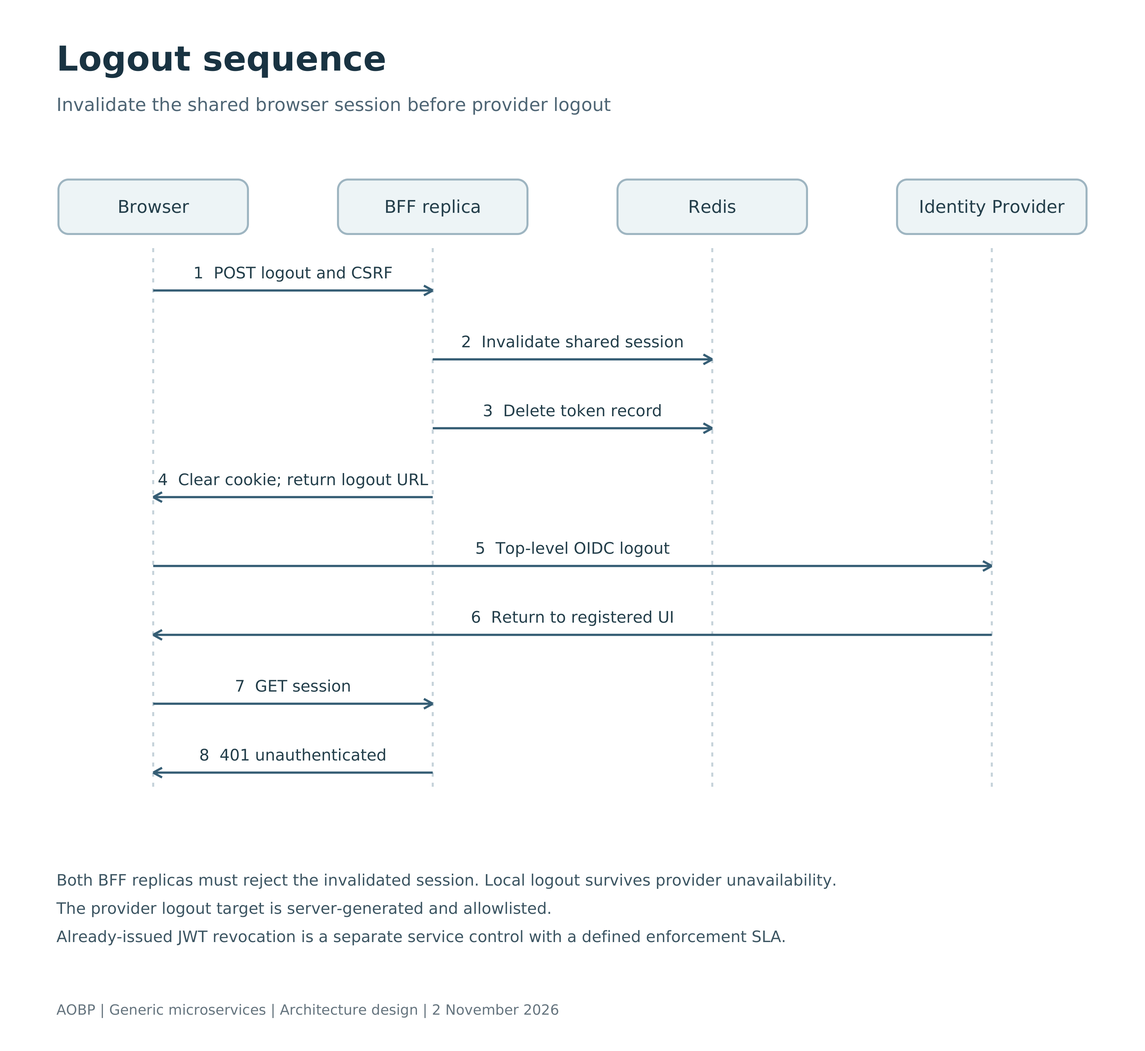
renjithpta/app-dff-login-docs keeps this Mermaid diagram as docs/centralized-sso/images/07_logout_sequence.png. Above is the earlier version. Its source is kept beside it as docs/centralized-sso/diagram-source/07_logout_sequence.mmd.
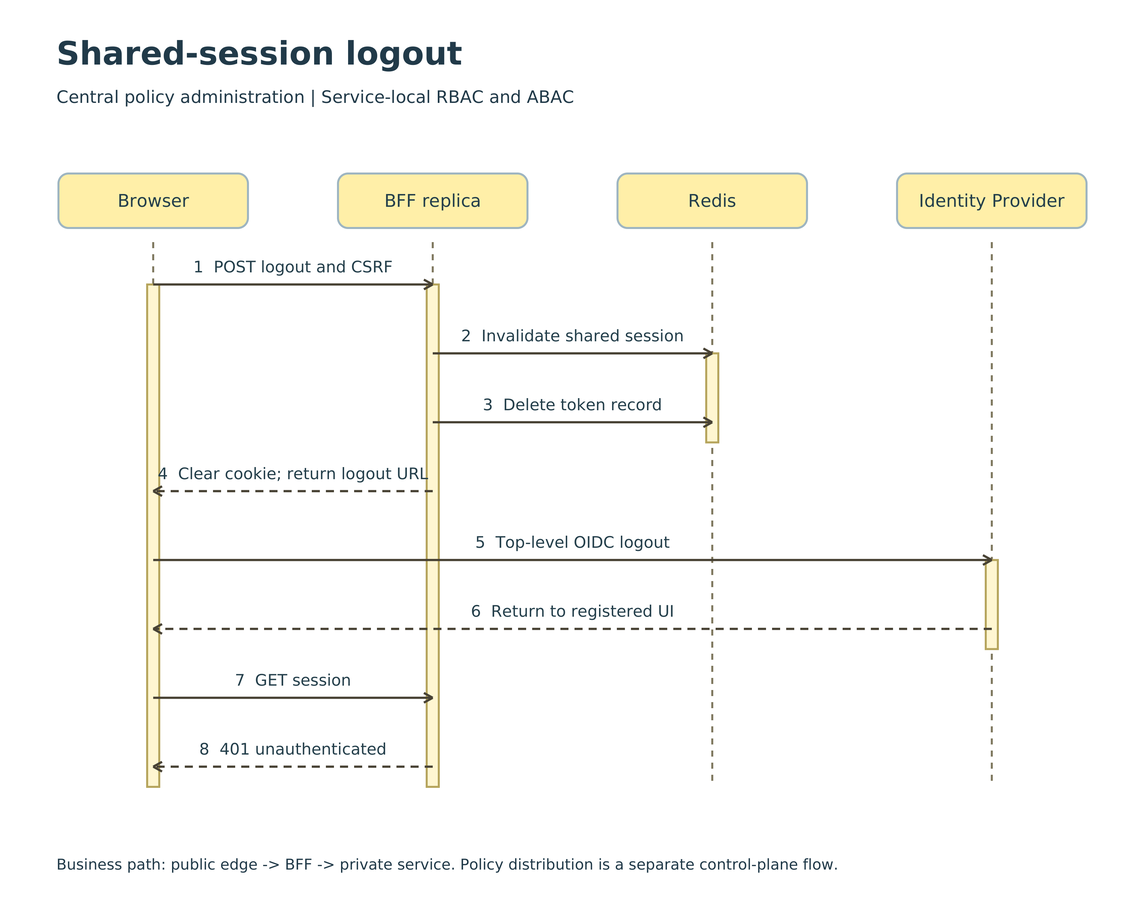
After the change.

The edit, as a diff of the source:
```diff
@@ -7,8 +7,8 @@
     P0->>P1: POST logout and CSRF
     P1->>P2: Invalidate shared session
     P1->>P2: Delete token record
-    P1->>P0: Clear cookie; return logout URL
+    P1-->>P0: Clear cookie; return logout URL
     P0->>P3: Top-level OIDC logout
-    P3->>P0: Return to registered UI
+    P3-->>P0: Return to registered UI
     P0->>P1: GET session
-    P1->>P0: 401 unauthenticated
+    P1-->>P0: 401 unauthenticated
```
